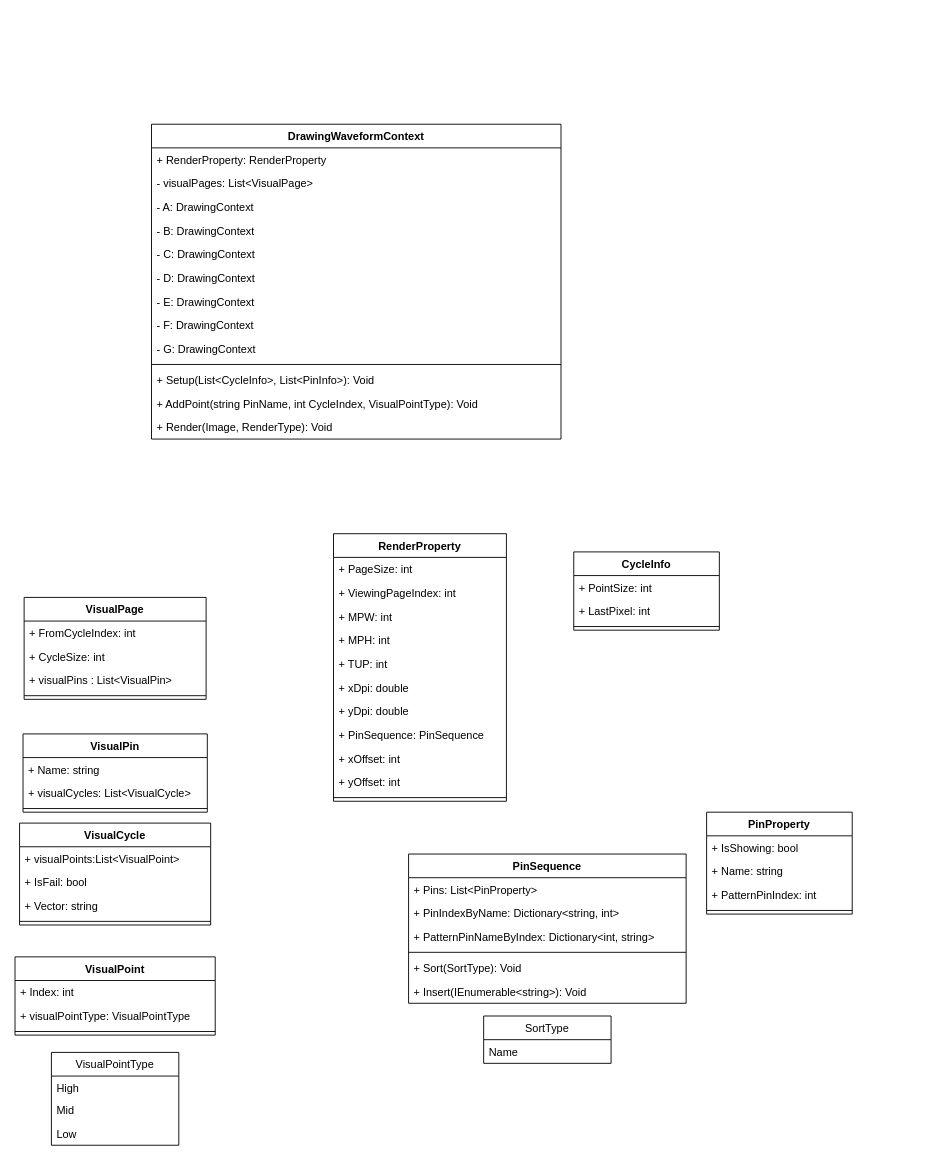
Before: page "Class Diagram" (3 of 4) of SG9KG5/Waveform.drawio in Jasson-Chou/Software-Projects, a draw.io diagram. Source tidied: cells renumbered, new cells numbered last; positions are measured from the earlier drawing's top-left corner, leaving out a move shared by most shapes. Both pictures are drawn from the tidied source at 91%, with x=0, y=0 at pixel (15, 124).
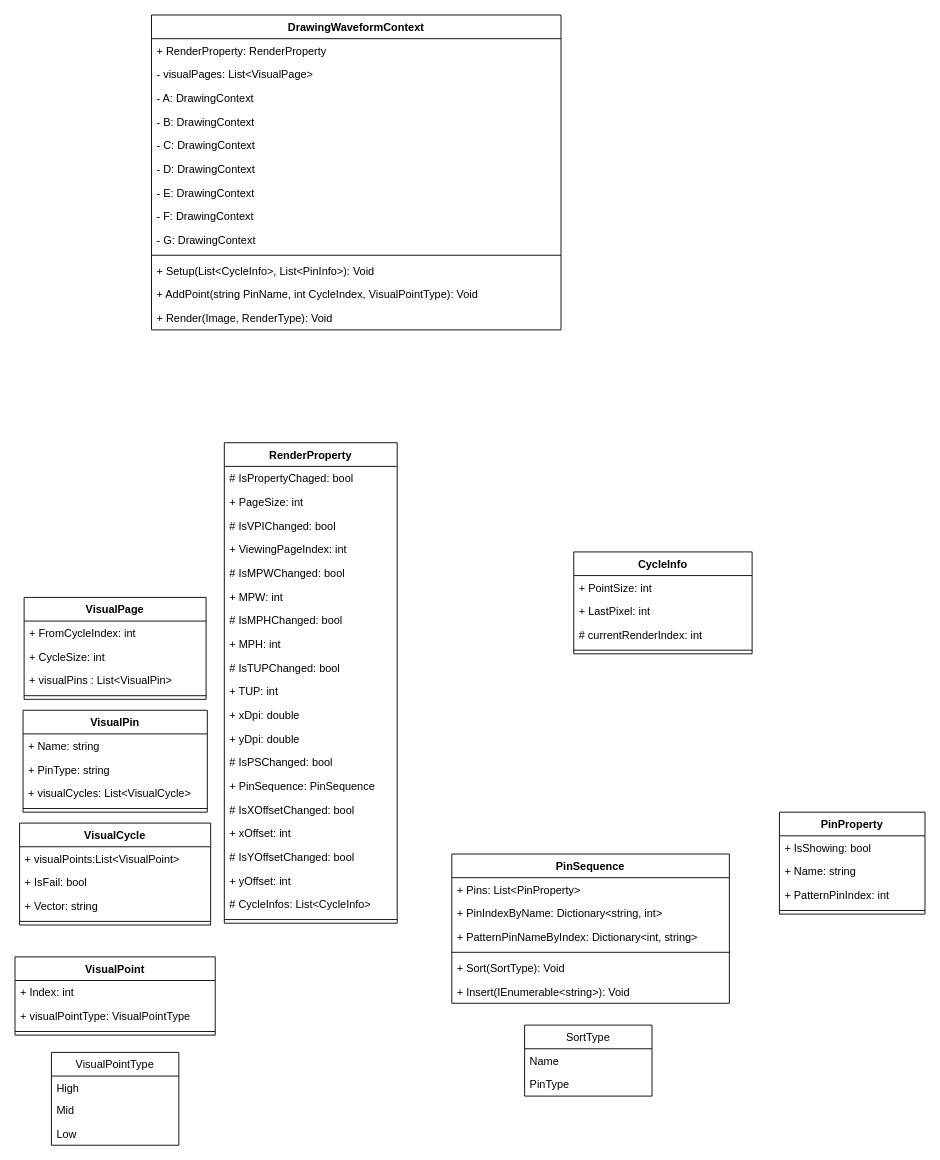
The same page after the edit.

Change to the diagram source:
```diff
@@
     <mxCell id="2" value="DrawingWaveformContext" style="swimlane;fontStyle=1;align=center;verticalAlign=top;horizontal=1;startSize=26;" parent="1" vertex="1">
-      <mxGeometry x="150" width="450" height="346" as="geometry" />
+      <mxGeometry x="150" y="-120" width="450" height="346" as="geometry" />
     </mxCell>
@@
     <mxCell id="21" value="VisualPin" style="swimlane;fontStyle=1;align=center;verticalAlign=top;horizontal=1;startSize=26;" parent="1" vertex="1">
-      <mxGeometry x="8.8" y="670" width="202.5" height="86" as="geometry" />
+      <mxGeometry x="8.8" y="644" width="202.5" height="112" as="geometry" />
     </mxCell>
@@
+    <mxCell id="68" value="+ PinType: string" style="text;strokeColor=none;fillColor=none;align=left;verticalAlign=top;spacingLeft=4;spacingRight=4;overflow=hidden;" parent="21" vertex="1">
+      <mxGeometry y="52" width="202.5" height="26" as="geometry" />
+    </mxCell>
     <mxCell id="23" value="+ visualCycles: List&lt;VisualCycle&gt;" style="text;strokeColor=none;fillColor=none;align=left;verticalAlign=top;spacingLeft=4;spacingRight=4;overflow=hidden;" parent="21" vertex="1">
-      <mxGeometry y="52" width="202.5" height="26" as="geometry" />
+      <mxGeometry y="78" width="202.5" height="26" as="geometry" />
     </mxCell>
     <mxCell id="24" style="line;strokeWidth=1;fillColor=none;align=left;verticalAlign=middle;spacingTop=-1;spacingLeft=3;spacingRight=3;labelPosition=right;" parent="21" vertex="1">
-      <mxGeometry y="78" width="202.5" height="8" as="geometry" />
+      <mxGeometry y="104" width="202.5" height="8" as="geometry" />
     </mxCell>
@@
     <mxCell id="34" value="CycleInfo" style="swimlane;fontStyle=1;align=center;verticalAlign=top;horizontal=1;startSize=26;" parent="1" vertex="1">
-      <mxGeometry x="614" y="470" width="160" height="86" as="geometry" />
+      <mxGeometry x="614" y="470" width="196" height="112" as="geometry" />
     </mxCell>
     <mxCell id="35" value="+ PointSize: int" style="text;strokeColor=none;fillColor=none;align=left;verticalAlign=top;spacingLeft=4;spacingRight=4;overflow=hidden;" parent="34" vertex="1">
-      <mxGeometry y="26" width="160" height="26" as="geometry" />
+      <mxGeometry y="26" width="196" height="26" as="geometry" />
     </mxCell>
     <mxCell id="36" value="+ LastPixel: int" style="text;strokeColor=none;fillColor=none;align=left;verticalAlign=top;spacingLeft=4;spacingRight=4;overflow=hidden;" parent="34" vertex="1">
-      <mxGeometry y="52" width="160" height="26" as="geometry" />
+      <mxGeometry y="52" width="196" height="26" as="geometry" />
     </mxCell>
+    <mxCell id="69" value="# currentRenderIndex: int" style="text;strokeColor=none;fillColor=none;align=left;verticalAlign=top;spacingLeft=4;spacingRight=4;overflow=hidden;fontSize=12;" parent="34" vertex="1">
+      <mxGeometry y="78" width="196" height="26" as="geometry" />
+    </mxCell>
     <mxCell id="37" style="line;strokeWidth=1;fillColor=none;align=left;verticalAlign=middle;spacingTop=-1;spacingLeft=3;spacingRight=3;labelPosition=right;" parent="34" vertex="1">
-      <mxGeometry y="78" width="160" height="8" as="geometry" />
+      <mxGeometry y="104" width="196" height="8" as="geometry" />
     </mxCell>
     <mxCell id="38" value="RenderProperty" style="swimlane;fontStyle=1;align=center;verticalAlign=top;horizontal=1;startSize=26;" parent="1" vertex="1">
-      <mxGeometry x="350" y="450" width="190" height="294" as="geometry" />
+      <mxGeometry x="230" y="350" width="190" height="528" as="geometry" />
     </mxCell>
+    <mxCell id="70" value="# IsPropertyChaged: bool" style="text;strokeColor=none;fillColor=none;align=left;verticalAlign=top;spacingLeft=4;spacingRight=4;overflow=hidden;fontSize=12;" parent="38" vertex="1">
+      <mxGeometry y="26" width="190" height="26" as="geometry" />
+    </mxCell>
     <mxCell id="39" value="+ PageSize: int" style="text;strokeColor=none;fillColor=none;align=left;verticalAlign=top;spacingLeft=4;spacingRight=4;overflow=hidden;" parent="38" vertex="1">
-      <mxGeometry y="26" width="190" height="26" as="geometry" />
+      <mxGeometry y="52" width="190" height="26" as="geometry" />
     </mxCell>
+    <mxCell id="71" value="# IsVPIChanged: bool" style="text;strokeColor=none;fillColor=none;align=left;verticalAlign=top;spacingLeft=4;spacingRight=4;overflow=hidden;fontSize=12;" parent="38" vertex="1">
+      <mxGeometry y="78" width="190" height="26" as="geometry" />
+    </mxCell>
     <mxCell id="40" value="+ ViewingPageIndex: int" style="text;strokeColor=none;fillColor=none;align=left;verticalAlign=top;spacingLeft=4;spacingRight=4;overflow=hidden;" parent="38" vertex="1">
-      <mxGeometry y="52" width="190" height="26" as="geometry" />
+      <mxGeometry y="104" width="190" height="26" as="geometry" />
     </mxCell>
+    <mxCell id="72" value="# IsMPWChanged: bool" style="text;strokeColor=none;fillColor=none;align=left;verticalAlign=top;spacingLeft=4;spacingRight=4;overflow=hidden;fontSize=12;" parent="38" vertex="1">
+      <mxGeometry y="130" width="190" height="26" as="geometry" />
+    </mxCell>
     <mxCell id="41" value="+ MPW: int" style="text;strokeColor=none;fillColor=none;align=left;verticalAlign=top;spacingLeft=4;spacingRight=4;overflow=hidden;" parent="38" vertex="1">
-      <mxGeometry y="78" width="190" height="26" as="geometry" />
+      <mxGeometry y="156" width="190" height="26" as="geometry" />
     </mxCell>
+    <mxCell id="73" value="# IsMPHChanged: bool" style="text;strokeColor=none;fillColor=none;align=left;verticalAlign=top;spacingLeft=4;spacingRight=4;overflow=hidden;fontSize=12;" parent="38" vertex="1">
+      <mxGeometry y="182" width="190" height="26" as="geometry" />
+    </mxCell>
     <mxCell id="42" value="+ MPH: int" style="text;strokeColor=none;fillColor=none;align=left;verticalAlign=top;spacingLeft=4;spacingRight=4;overflow=hidden;" parent="38" vertex="1">
-      <mxGeometry y="104" width="190" height="26" as="geometry" />
+      <mxGeometry y="208" width="190" height="26" as="geometry" />
     </mxCell>
+    <mxCell id="74" value="# IsTUPChanged: bool" style="text;strokeColor=none;fillColor=none;align=left;verticalAlign=top;spacingLeft=4;spacingRight=4;overflow=hidden;fontSize=12;" parent="38" vertex="1">
+      <mxGeometry y="234" width="190" height="26" as="geometry" />
+    </mxCell>
     <mxCell id="43" value="+ TUP: int" style="text;strokeColor=none;fillColor=none;align=left;verticalAlign=top;spacingLeft=4;spacingRight=4;overflow=hidden;" parent="38" vertex="1">
-      <mxGeometry y="130" width="190" height="26" as="geometry" />
+      <mxGeometry y="260" width="190" height="26" as="geometry" />
     </mxCell>
     <mxCell id="44" value="+ xDpi: double" style="text;strokeColor=none;fillColor=none;align=left;verticalAlign=top;spacingLeft=4;spacingRight=4;overflow=hidden;" parent="38" vertex="1">
-      <mxGeometry y="156" width="190" height="26" as="geometry" />
+      <mxGeometry y="286" width="190" height="26" as="geometry" />
     </mxCell>
     <mxCell id="45" value="+ yDpi: double" style="text;strokeColor=none;fillColor=none;align=left;verticalAlign=top;spacingLeft=4;spacingRight=4;overflow=hidden;" parent="38" vertex="1">
-      <mxGeometry y="182" width="190" height="26" as="geometry" />
+      <mxGeometry y="312" width="190" height="26" as="geometry" />
     </mxCell>
+    <mxCell id="75" value="# IsPSChanged: bool" style="text;strokeColor=none;fillColor=none;align=left;verticalAlign=top;spacingLeft=4;spacingRight=4;overflow=hidden;fontSize=12;" parent="38" vertex="1">
+      <mxGeometry y="338" width="190" height="26" as="geometry" />
+    </mxCell>
     <mxCell id="46" value="+ PinSequence: PinSequence" style="text;strokeColor=none;fillColor=none;align=left;verticalAlign=top;spacingLeft=4;spacingRight=4;overflow=hidden;" parent="38" vertex="1">
-      <mxGeometry y="208" width="190" height="26" as="geometry" />
+      <mxGeometry y="364" width="190" height="26" as="geometry" />
     </mxCell>
+    <mxCell id="76" value="# IsXOffsetChanged: bool" style="text;strokeColor=none;fillColor=none;align=left;verticalAlign=top;spacingLeft=4;spacingRight=4;overflow=hidden;fontSize=12;" parent="38" vertex="1">
+      <mxGeometry y="390" width="190" height="26" as="geometry" />
+    </mxCell>
     <mxCell id="47" value="+ xOffset: int" style="text;strokeColor=none;fillColor=none;align=left;verticalAlign=top;spacingLeft=4;spacingRight=4;overflow=hidden;" parent="38" vertex="1">
-      <mxGeometry y="234" width="190" height="26" as="geometry" />
+      <mxGeometry y="416" width="190" height="26" as="geometry" />
     </mxCell>
+    <mxCell id="77" value="# IsYOffsetChanged: bool" style="text;strokeColor=none;fillColor=none;align=left;verticalAlign=top;spacingLeft=4;spacingRight=4;overflow=hidden;fontSize=12;" parent="38" vertex="1">
+      <mxGeometry y="442" width="190" height="26" as="geometry" />
+    </mxCell>
     <mxCell id="48" value="+ yOffset: int" style="text;strokeColor=none;fillColor=none;align=left;verticalAlign=top;spacingLeft=4;spacingRight=4;overflow=hidden;" parent="38" vertex="1">
-      <mxGeometry y="260" width="190" height="26" as="geometry" />
+      <mxGeometry y="468" width="190" height="26" as="geometry" />
     </mxCell>
+    <mxCell id="78" value="# CycleInfos: List&lt;CycleInfo&gt;" style="text;strokeColor=none;fillColor=none;align=left;verticalAlign=top;spacingLeft=4;spacingRight=4;overflow=hidden;fontSize=12;" parent="38" vertex="1">
+      <mxGeometry y="494" width="190" height="26" as="geometry" />
+    </mxCell>
     <mxCell id="49" style="line;strokeWidth=1;fillColor=none;align=left;verticalAlign=middle;spacingTop=-1;spacingLeft=3;spacingRight=3;labelPosition=right;" parent="38" vertex="1">
-      <mxGeometry y="286" width="190" height="8" as="geometry" />
+      <mxGeometry y="520" width="190" height="8" as="geometry" />
     </mxCell>
     <mxCell id="50" value="PinSequence" style="swimlane;fontStyle=1;align=center;verticalAlign=top;horizontal=1;startSize=26;" parent="1" vertex="1">
-      <mxGeometry x="432.5" y="802" width="305" height="164" as="geometry" />
+      <mxGeometry x="480" y="802" width="305" height="164" as="geometry" />
     </mxCell>
@@
     <mxCell id="57" value="SortType" style="swimlane;fontStyle=0;horizontal=1;startSize=26;fillColor=none;" parent="1" vertex="1">
-      <mxGeometry x="515" y="980" width="140" height="52" as="geometry" />
+      <mxGeometry x="560" y="990" width="140" height="78" as="geometry" />
     </mxCell>
@@
+    <mxCell id="79" value="PinType" style="text;strokeColor=none;fillColor=none;align=left;verticalAlign=top;spacingLeft=4;spacingRight=4;overflow=hidden;fontSize=12;" parent="57" vertex="1">
+      <mxGeometry y="52" width="140" height="26" as="geometry" />
+    </mxCell>
     <mxCell id="59" value="PinProperty" style="swimlane;fontStyle=1;align=center;verticalAlign=top;horizontal=1;startSize=26;" parent="1" vertex="1">
-      <mxGeometry x="760" y="756" width="160" height="112" as="geometry" />
+      <mxGeometry x="840" y="756" width="160" height="112" as="geometry" />
     </mxCell>
```
